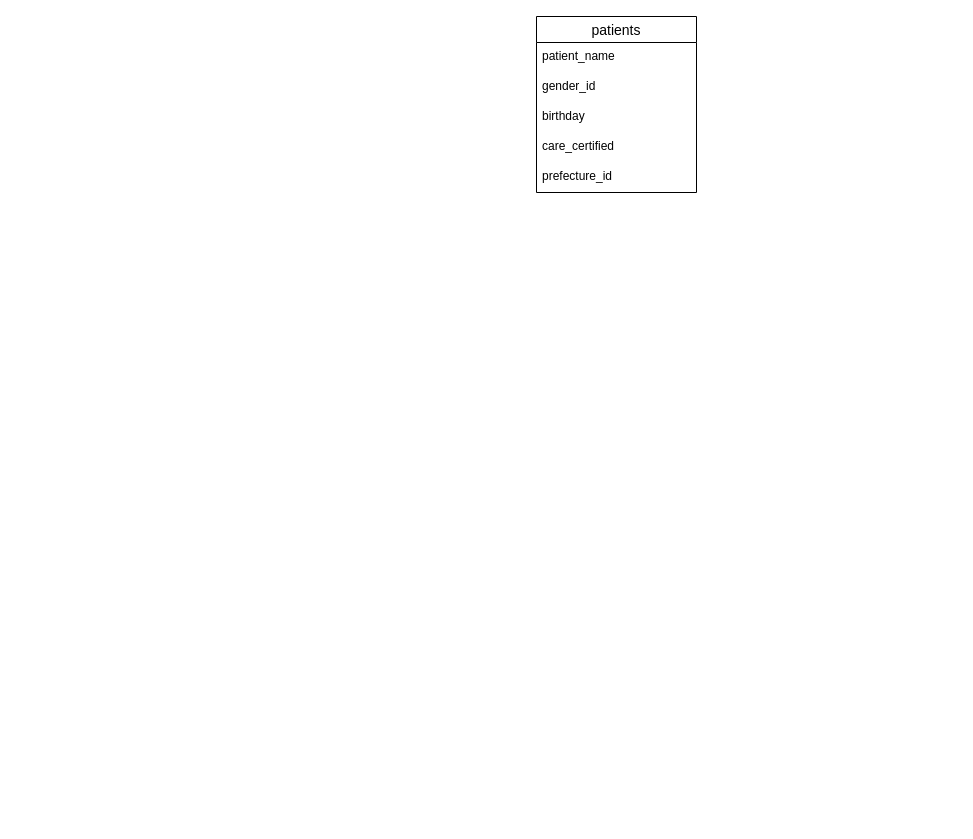
The draw.io diagram ER_life_function_app.dio in YukihitoTomojiri/life_function_app, before the edit. Source tidied: cells renumbered, new cells numbered last; positions are measured from the earlier drawing's top-left corner, leaving out a move shared by most shapes. Both pictures are drawn from the tidied source at 100%, with x=0, y=0 at pixel (536, 16).
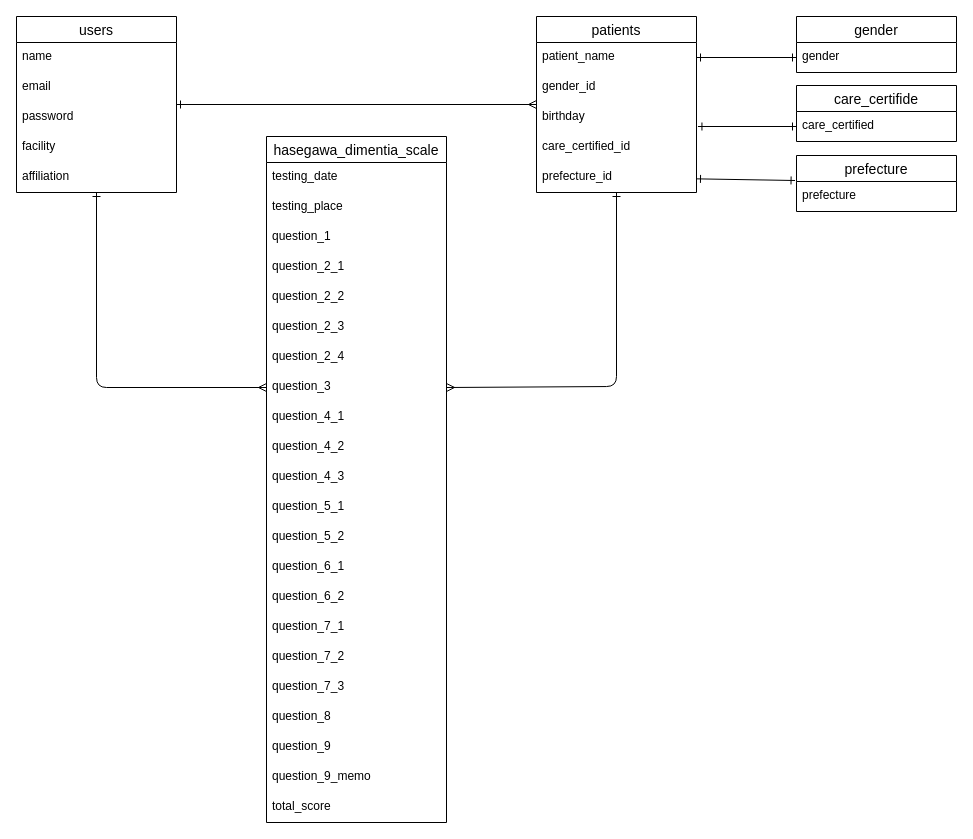
After the change.

Unchanged cells that the change refers to:
```xml
<mxCell id="2" value="patients" style="swimlane;fontStyle=0;horizontal=1;startSize=26;align=center;fontSize=14;" parent="1" vertex="1">
  <mxGeometry width="160" height="176" as="geometry" />
</mxCell>
<mxCell id="3" value="patient_name" style="text;strokeColor=none;fillColor=none;spacingLeft=4;spacingRight=4;overflow=hidden;points=[[0,0.5],[1,0.5]];portConstraint=eastwest;fontSize=12;" parent="2" vertex="1">
  <mxGeometry y="26" width="160" height="30" as="geometry" />
</mxCell>
<mxCell id="5" value="birthday" style="text;strokeColor=none;fillColor=none;spacingLeft=4;spacingRight=4;overflow=hidden;points=[[0,0.5],[1,0.5]];portConstraint=eastwest;fontSize=12;" parent="2" vertex="1">
  <mxGeometry y="86" width="160" height="30" as="geometry" />
</mxCell>
<mxCell id="7" value="prefecture_id" style="text;strokeColor=none;fillColor=none;spacingLeft=4;spacingRight=4;overflow=hidden;points=[[0,0.5],[1,0.5]];portConstraint=eastwest;fontSize=12;" parent="2" vertex="1">
  <mxGeometry y="146" width="160" height="30" as="geometry" />
</mxCell>
```

What changed in the source:
```diff
@@
+    <mxCell id="8" style="edgeStyle=none;html=1;entryX=1;entryY=0.5;entryDx=0;entryDy=0;startArrow=ERone;startFill=0;endArrow=ERmany;endFill=0;" parent="1" edge="1" source="2" target="25">
+      <mxGeometry relative="1" as="geometry">
+        <Array as="points">
+          <mxPoint x="80" y="370" />
+        </Array>
+      </mxGeometry>
+    </mxCell>
@@
-    <mxCell id="6" value="care_certified" style="text;strokeColor=none;fillColor=none;spacingLeft=4;spacingRight=4;overflow=hidden;fontSize=12;" parent="2" vertex="1">
+    <mxCell id="6" value="care_certified_id" style="text;strokeColor=none;fillColor=none;spacingLeft=4;spacingRight=4;overflow=hidden;fontSize=12;" parent="2" vertex="1">
       <mxGeometry y="116" width="160" height="30" as="geometry" />
     </mxCell>
@@
+    <mxCell id="9" style="edgeStyle=none;html=1;entryX=0;entryY=0.067;entryDx=0;entryDy=0;entryPerimeter=0;endArrow=ERmany;endFill=0;startArrow=ERone;startFill=0;" parent="1" edge="1" source="11" target="5">
+      <mxGeometry relative="1" as="geometry" />
+    </mxCell>
+    <mxCell id="10" style="edgeStyle=none;html=1;entryX=0;entryY=0.5;entryDx=0;entryDy=0;startArrow=ERone;startFill=0;endArrow=ERmany;endFill=0;" parent="1" edge="1" source="11" target="25">
+      <mxGeometry relative="1" as="geometry">
+        <Array as="points">
+          <mxPoint x="-440" y="371" />
+        </Array>
+      </mxGeometry>
+    </mxCell>
+    <mxCell id="11" value="users" style="swimlane;fontStyle=0;horizontal=1;startSize=26;align=center;fontSize=14;" parent="1" vertex="1">
+      <mxGeometry x="-520" width="160" height="176" as="geometry" />
+    </mxCell>
+    <mxCell id="12" value="name" style="text;strokeColor=none;fillColor=none;spacingLeft=4;spacingRight=4;overflow=hidden;fontSize=12;" parent="11" vertex="1">
+      <mxGeometry y="26" width="160" height="30" as="geometry" />
+    </mxCell>
+    <mxCell id="13" value="email" style="text;strokeColor=none;fillColor=none;spacingLeft=4;spacingRight=4;overflow=hidden;fontSize=12;" parent="11" vertex="1">
+      <mxGeometry y="56" width="160" height="30" as="geometry" />
+    </mxCell>
+    <mxCell id="14" value="password" style="text;strokeColor=none;fillColor=none;spacingLeft=4;spacingRight=4;overflow=hidden;fontSize=12;" parent="11" vertex="1">
+      <mxGeometry y="86" width="160" height="30" as="geometry" />
+    </mxCell>
+    <mxCell id="15" value="facility" style="text;strokeColor=none;fillColor=none;spacingLeft=4;spacingRight=4;overflow=hidden;fontSize=12;" parent="11" vertex="1">
+      <mxGeometry y="116" width="160" height="30" as="geometry" />
+    </mxCell>
+    <mxCell id="16" value="affiliation" style="text;strokeColor=none;fillColor=none;spacingLeft=4;spacingRight=4;overflow=hidden;fontSize=12;" parent="11" vertex="1">
+      <mxGeometry y="146" width="160" height="30" as="geometry" />
+    </mxCell>
+    <mxCell id="17" value="hasegawa_dimentia_scale" style="swimlane;fontStyle=0;horizontal=1;startSize=26;align=center;fontSize=14;" parent="1" vertex="1">
+      <mxGeometry x="-270" y="120" width="180" height="686" as="geometry" />
+    </mxCell>
+    <mxCell id="18" value="testing_date" style="text;strokeColor=none;fillColor=none;spacingLeft=4;spacingRight=4;overflow=hidden;fontSize=12;" parent="17" vertex="1">
+      <mxGeometry y="26" width="180" height="30" as="geometry" />
+    </mxCell>
+    <mxCell id="19" value="testing_place" style="text;strokeColor=none;fillColor=none;spacingLeft=4;spacingRight=4;overflow=hidden;fontSize=12;" parent="17" vertex="1">
+      <mxGeometry y="56" width="180" height="30" as="geometry" />
+    </mxCell>
+    <mxCell id="20" value="question_1" style="text;strokeColor=none;fillColor=none;spacingLeft=4;spacingRight=4;overflow=hidden;fontSize=12;" parent="17" vertex="1">
+      <mxGeometry y="86" width="180" height="30" as="geometry" />
+    </mxCell>
+    <mxCell id="21" value="question_2_1" style="text;strokeColor=none;fillColor=none;spacingLeft=4;spacingRight=4;overflow=hidden;fontSize=12;" parent="17" vertex="1">
+      <mxGeometry y="116" width="180" height="30" as="geometry" />
+    </mxCell>
+    <mxCell id="22" value="question_2_2    " style="text;strokeColor=none;fillColor=none;spacingLeft=4;spacingRight=4;overflow=hidden;fontSize=12;" parent="17" vertex="1">
+      <mxGeometry y="146" width="180" height="30" as="geometry" />
+    </mxCell>
+    <mxCell id="23" value="question_2_3" style="text;strokeColor=none;fillColor=none;spacingLeft=4;spacingRight=4;overflow=hidden;fontSize=12;" parent="17" vertex="1">
+      <mxGeometry y="176" width="180" height="30" as="geometry" />
+    </mxCell>
+    <mxCell id="24" value="question_2_4" style="text;strokeColor=none;fillColor=none;spacingLeft=4;spacingRight=4;overflow=hidden;fontSize=12;" parent="17" vertex="1">
+      <mxGeometry y="206" width="180" height="30" as="geometry" />
+    </mxCell>
+    <mxCell id="25" value="question_3" style="text;strokeColor=none;fillColor=none;spacingLeft=4;spacingRight=4;overflow=hidden;points=[[0,0.5],[1,0.5]];portConstraint=eastwest;fontSize=12;" parent="17" vertex="1">
+      <mxGeometry y="236" width="180" height="30" as="geometry" />
+    </mxCell>
+    <mxCell id="26" value="question_4_1" style="text;strokeColor=none;fillColor=none;spacingLeft=4;spacingRight=4;overflow=hidden;fontSize=12;" parent="17" vertex="1">
+      <mxGeometry y="266" width="180" height="30" as="geometry" />
+    </mxCell>
+    <mxCell id="27" value="question_4_2" style="text;strokeColor=none;fillColor=none;spacingLeft=4;spacingRight=4;overflow=hidden;fontSize=12;" parent="17" vertex="1">
+      <mxGeometry y="296" width="180" height="30" as="geometry" />
+    </mxCell>
+    <mxCell id="28" value="question_4_3" style="text;strokeColor=none;fillColor=none;spacingLeft=4;spacingRight=4;overflow=hidden;fontSize=12;" parent="17" vertex="1">
+      <mxGeometry y="326" width="180" height="30" as="geometry" />
+    </mxCell>
+    <mxCell id="29" value="question_5_1" style="text;strokeColor=none;fillColor=none;spacingLeft=4;spacingRight=4;overflow=hidden;fontSize=12;" parent="17" vertex="1">
+      <mxGeometry y="356" width="180" height="30" as="geometry" />
+    </mxCell>
+    <mxCell id="30" value="question_5_2" style="text;strokeColor=none;fillColor=none;spacingLeft=4;spacingRight=4;overflow=hidden;fontSize=12;" parent="17" vertex="1">
+      <mxGeometry y="386" width="180" height="30" as="geometry" />
+    </mxCell>
+    <mxCell id="31" value="question_6_1" style="text;strokeColor=none;fillColor=none;spacingLeft=4;spacingRight=4;overflow=hidden;fontSize=12;" parent="17" vertex="1">
+      <mxGeometry y="416" width="180" height="30" as="geometry" />
+    </mxCell>
+    <mxCell id="32" value="question_6_2" style="text;strokeColor=none;fillColor=none;spacingLeft=4;spacingRight=4;overflow=hidden;fontSize=12;" parent="17" vertex="1">
+      <mxGeometry y="446" width="180" height="30" as="geometry" />
+    </mxCell>
+    <mxCell id="33" value="question_7_1" style="text;strokeColor=none;fillColor=none;spacingLeft=4;spacingRight=4;overflow=hidden;fontSize=12;" parent="17" vertex="1">
+      <mxGeometry y="476" width="180" height="30" as="geometry" />
+    </mxCell>
+    <mxCell id="34" value="question_7_2" style="text;strokeColor=none;fillColor=none;spacingLeft=4;spacingRight=4;overflow=hidden;fontSize=12;" parent="17" vertex="1">
+      <mxGeometry y="506" width="180" height="30" as="geometry" />
+    </mxCell>
+    <mxCell id="35" value="question_7_3" style="text;strokeColor=none;fillColor=none;spacingLeft=4;spacingRight=4;overflow=hidden;fontSize=12;" parent="17" vertex="1">
+      <mxGeometry y="536" width="180" height="30" as="geometry" />
+    </mxCell>
+    <mxCell id="36" value="question_8" style="text;strokeColor=none;fillColor=none;spacingLeft=4;spacingRight=4;overflow=hidden;fontSize=12;" parent="17" vertex="1">
+      <mxGeometry y="566" width="180" height="30" as="geometry" />
+    </mxCell>
+    <mxCell id="37" value="question_9" style="text;strokeColor=none;fillColor=none;spacingLeft=4;spacingRight=4;overflow=hidden;fontSize=12;" parent="17" vertex="1">
+      <mxGeometry y="596" width="180" height="30" as="geometry" />
+    </mxCell>
+    <mxCell id="38" value="question_9_memo" style="text;strokeColor=none;fillColor=none;spacingLeft=4;spacingRight=4;overflow=hidden;fontSize=12;" parent="17" vertex="1">
+      <mxGeometry y="626" width="180" height="30" as="geometry" />
+    </mxCell>
+    <mxCell id="39" value="total_score" style="text;strokeColor=none;fillColor=none;spacingLeft=4;spacingRight=4;overflow=hidden;fontSize=12;" parent="17" vertex="1">
+      <mxGeometry y="656" width="180" height="30" as="geometry" />
+    </mxCell>
+    <mxCell id="40" value="gender" style="swimlane;fontStyle=0;horizontal=1;startSize=26;align=center;fontSize=14;" parent="1" vertex="1">
+      <mxGeometry x="260" width="160" height="56" as="geometry" />
+    </mxCell>
+    <mxCell id="41" value="gender" style="text;strokeColor=none;fillColor=none;spacingLeft=4;spacingRight=4;overflow=hidden;points=[[0,0.5],[1,0.5]];portConstraint=eastwest;fontSize=12;" parent="40" vertex="1">
+      <mxGeometry y="26" width="160" height="30" as="geometry" />
+    </mxCell>
+    <mxCell id="42" value="care_certifide" style="swimlane;fontStyle=0;horizontal=1;startSize=26;align=center;fontSize=14;" parent="1" vertex="1">
+      <mxGeometry x="260" y="69" width="160" height="56" as="geometry" />
+    </mxCell>
+    <mxCell id="43" value="care_certified" style="text;strokeColor=none;fillColor=none;spacingLeft=4;spacingRight=4;overflow=hidden;points=[[0,0.5],[1,0.5]];portConstraint=eastwest;fontSize=12;" parent="42" vertex="1">
+      <mxGeometry y="26" width="160" height="30" as="geometry" />
+    </mxCell>
+    <mxCell id="44" value="prefecture" style="swimlane;fontStyle=0;horizontal=1;startSize=26;align=center;fontSize=14;" parent="1" vertex="1">
+      <mxGeometry x="260" y="139" width="160" height="56" as="geometry" />
+    </mxCell>
+    <mxCell id="45" value="prefecture" style="text;strokeColor=none;fillColor=none;spacingLeft=4;spacingRight=4;overflow=hidden;points=[[0,0.5],[1,0.5]];portConstraint=eastwest;fontSize=12;" parent="44" vertex="1">
+      <mxGeometry y="26" width="160" height="30" as="geometry" />
+    </mxCell>
+    <mxCell id="46" style="edgeStyle=none;html=1;entryX=0;entryY=0.5;entryDx=0;entryDy=0;startArrow=ERone;startFill=0;endArrow=ERone;endFill=0;exitX=1;exitY=0.5;exitDx=0;exitDy=0;" parent="1" edge="1" source="3" target="41">
+      <mxGeometry relative="1" as="geometry" />
+    </mxCell>
+    <mxCell id="47" style="edgeStyle=none;html=1;entryX=0;entryY=0.5;entryDx=0;entryDy=0;startArrow=ERone;startFill=0;endArrow=ERone;endFill=0;exitX=1.009;exitY=0.8;exitDx=0;exitDy=0;exitPerimeter=0;" parent="1" edge="1" source="5" target="43">
+      <mxGeometry relative="1" as="geometry" />
+    </mxCell>
+    <mxCell id="48" style="edgeStyle=none;html=1;entryX=-0.009;entryY=-0.033;entryDx=0;entryDy=0;startArrow=ERone;startFill=0;endArrow=ERone;endFill=0;entryPerimeter=0;" parent="1" edge="1" source="7" target="45">
+      <mxGeometry relative="1" as="geometry" />
+    </mxCell>
```
